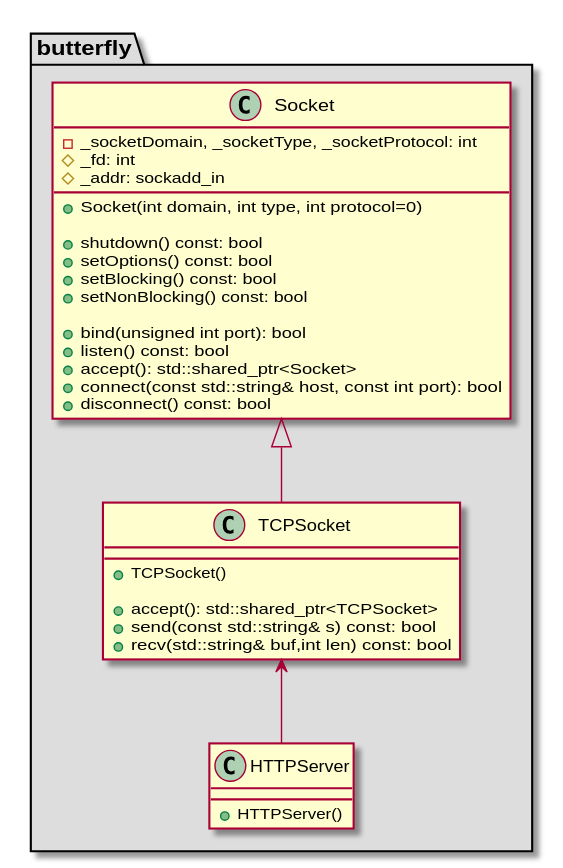
Above: architecture/class_diagrams/httpServer.svg in bierschi/butterfly (PlantUML), before the change.
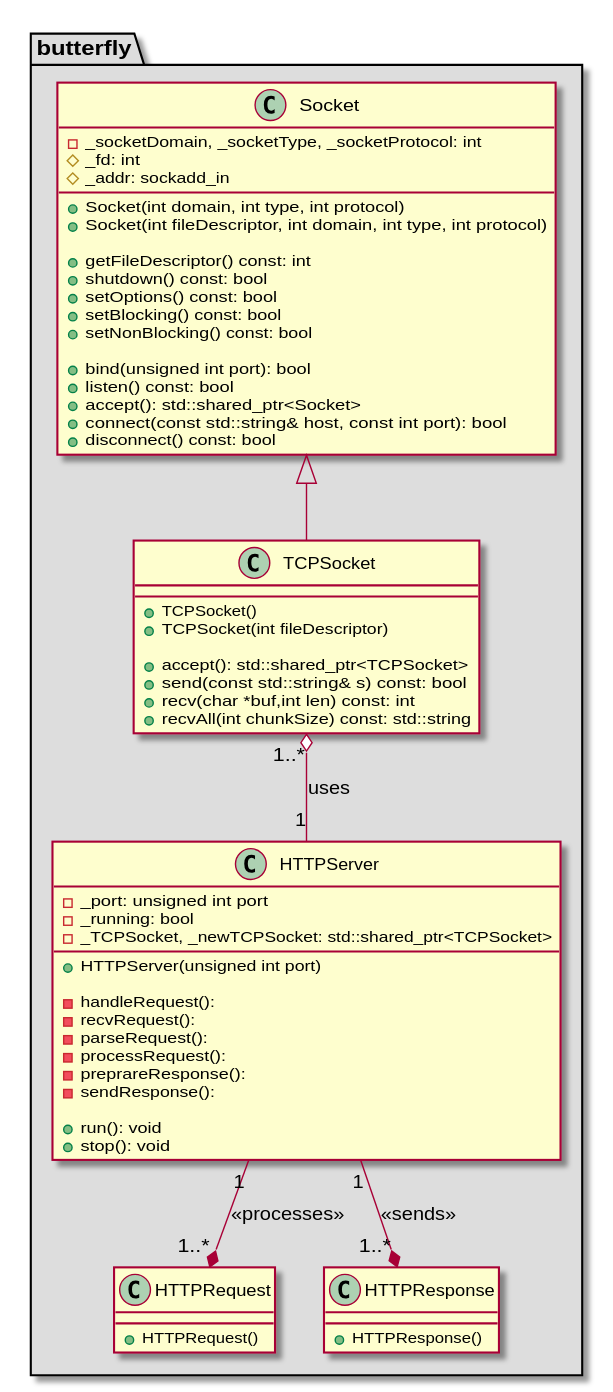
The same file after the commit.

Commit message:
Updated the httpserver class

Diff of the diagram source:
```diff
@@ -8,8 +8,10 @@
     #_fd: int
     #_addr: sockadd_in
 
-    +Socket(int domain, int type, int protocol=0)
+    +Socket(int domain, int type, int protocol)
+    +Socket(int fileDescriptor, int domain, int type, int protocol)
 
+    +getFileDescriptor() const: int
     +shutdown() const: bool
     +setOptions() const: bool
     +setBlocking() const: bool
@@ -26,20 +28,49 @@
 {
 
     +TCPSocket()
+    +TCPSocket(int fileDescriptor)
 
     +accept(): std::shared_ptr<TCPSocket>
     +send(const std::string& s) const: bool
-    +recv(std::string& buf,int len) const: bool
+    +recv(char *buf,int len) const: int
+    +recvAll(int chunkSize) const: std::string
 }
 
 class HTTPServer
 {
+    - _port: unsigned int port
+    -_running: bool
+    - _TCPSocket, _newTCPSocket: std::shared_ptr<TCPSocket>
+    +HTTPServer(unsigned int port)
 
-    +HTTPServer()
+    -handleRequest():
+    -recvRequest():
+    -parseRequest():
+    -processRequest():
+    -preprareResponse():
+    -sendResponse():
+
+    +run(): void
+    +stop(): void
 }
 
-Socket <|-- TCPSocket
-TCPSocket <-- HTTPServer
+class HTTPRequest
+{
+
+    +HTTPRequest()
+}
+
+class HTTPResponse
+{
+
+    +HTTPResponse()
+}
+
+Socket            <|-- TCPSocket
+TCPSocket "1..*"  o--  "1" HTTPServer : uses
+
+HTTPServer "1"    --* "1..*" HTTPRequest: <<processes>>
+HTTPServer "1"    --* "1..*" HTTPResponse: <<sends>>
 
 }
 @enduml
```
